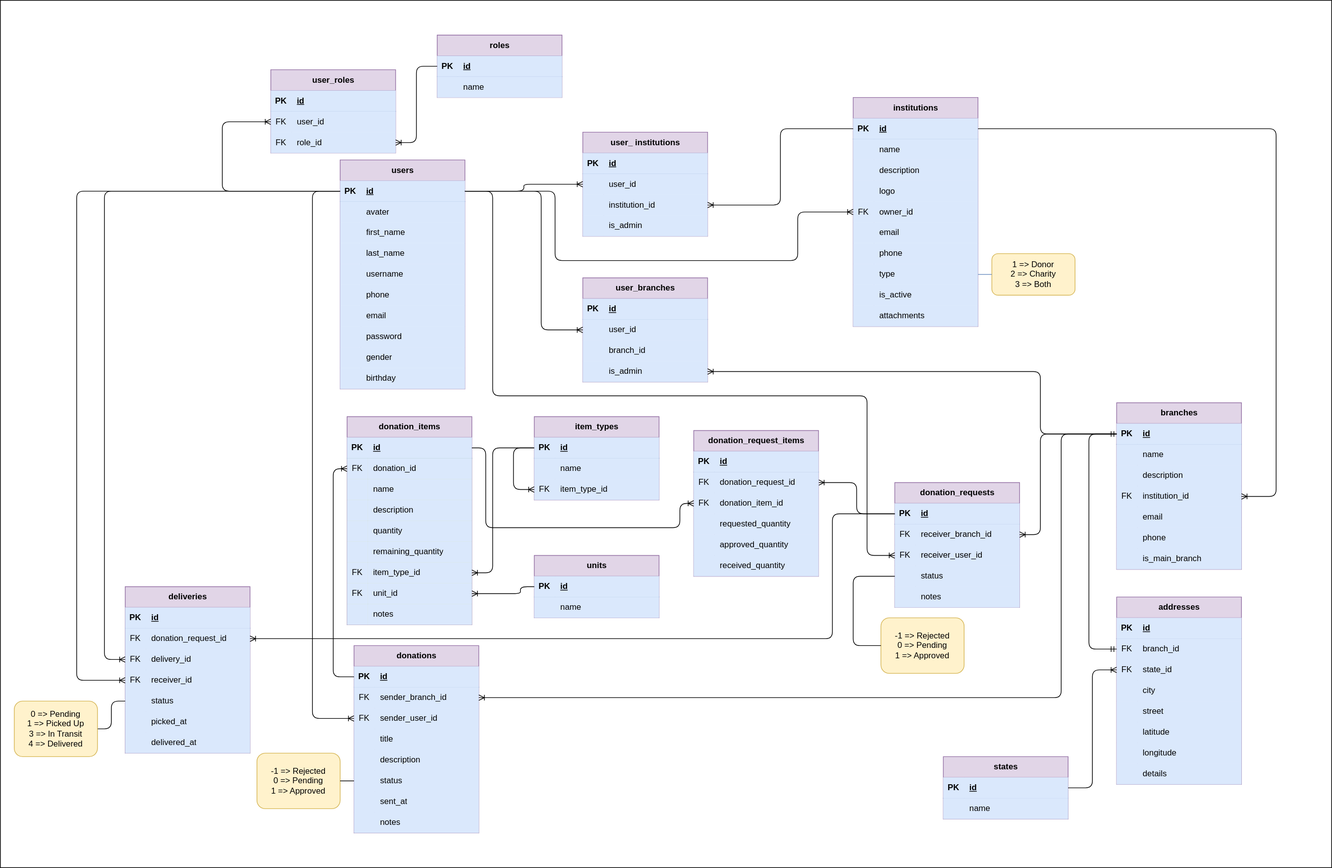
This is erd.drawio.svg from eng-mhd-ammar/koun-back-end, a draw.io export, as it was before one commit. Source tidied: cells renumbered, new cells last; positions are measured from the earlier drawing's top-left corner, leaving out a move shared by most shapes.
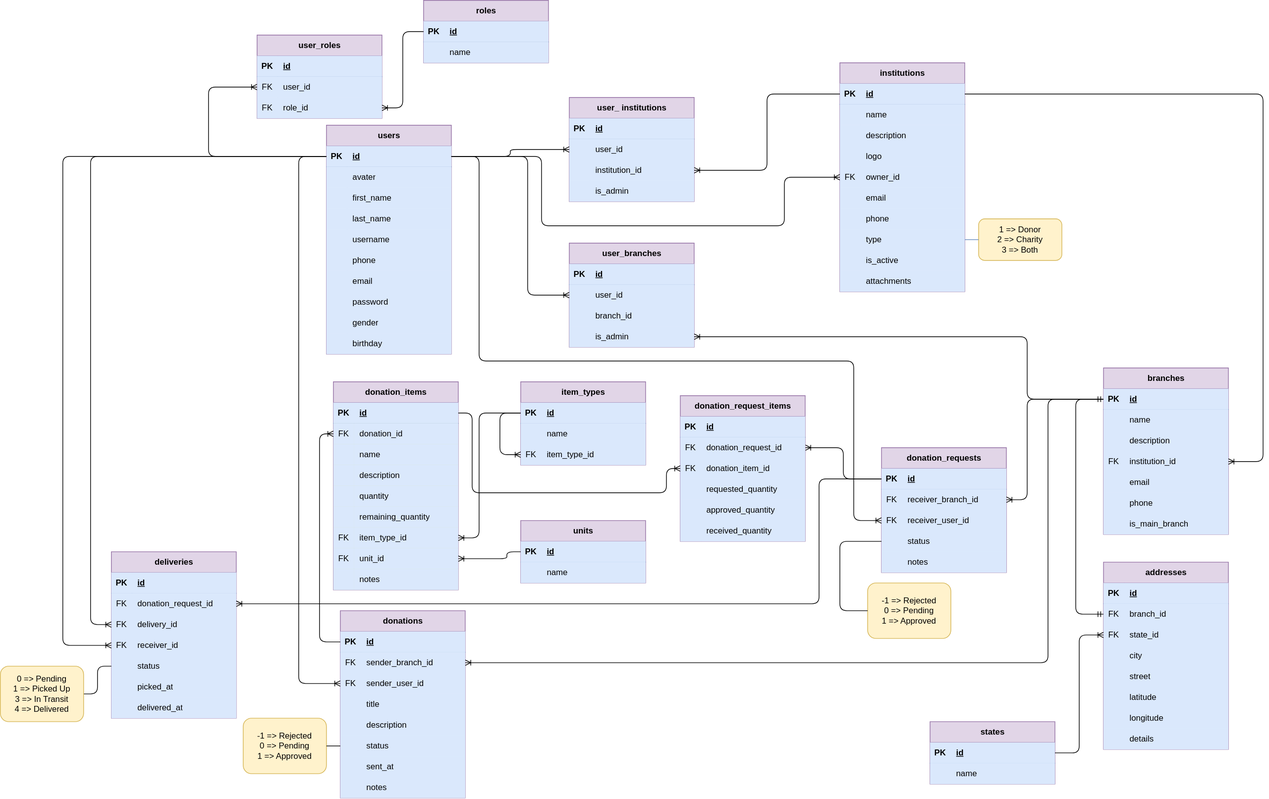
The same file after the commit.

What changed in the source:
```diff
@@ -2,9 +2,6 @@
   <root>
     <mxCell id="0" />
     <mxCell id="1" parent="0" />
-    <mxCell id="2" style="rounded=0;whiteSpace=wrap;html=1;" parent="1" vertex="1">
-      <mxGeometry width="1920" height="1250" as="geometry" />
-    </mxCell>
     <mxCell id="3" value="users" style="shape=table;startSize=30;rowLines=0;fontStyle=1;align=center;html=1;fillColor=#e1d5e7;strokeColor=#9673a6;" parent="1" vertex="1">
       <mxGeometry x="490" y="230" width="180" height="330" as="geometry" />
     </mxCell>
```
